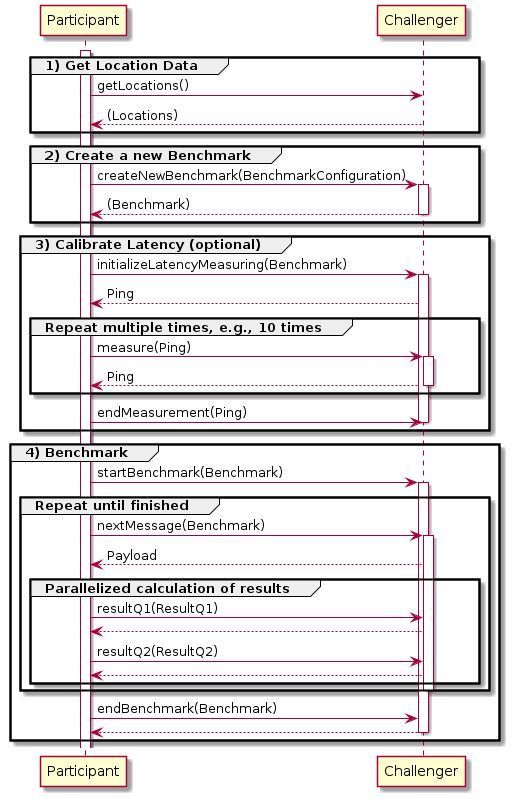
Above: web/frontend/static/img/debs.png in jawadtahir/bandency (PlantUML), before the change.
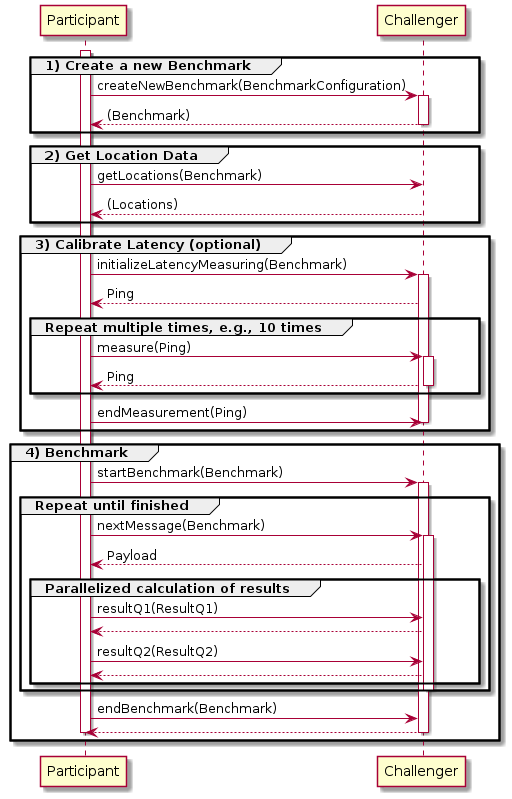
After the commit.

Change to the diagram source:
```diff
@@ -1,16 +1,17 @@
 @startuml
 activate Participant
 
-group 1) Get Location Data
-Challenger <- Participant: getLocations()
-Challenger --> Participant: (Locations)
-end
 
-group 2) Create a new Benchmark
+group 1) Create a new Benchmark
 Challenger <- Participant: createNewBenchmark(BenchmarkConfiguration)
 activate Challenger
 Challenger --> Participant: (Benchmark)
 deactivate Challenger
+end
+
+group 2) Get Location Data
+Challenger <- Participant: getLocations(Benchmark)
+Challenger --> Participant: (Locations)
 end
 
 group 3) Calibrate Latency (optional)
@@ -57,6 +58,7 @@
 Challenger --> Participant:
 
 deactivate Challenger
+deactivate Participant
 end
 
 
```
